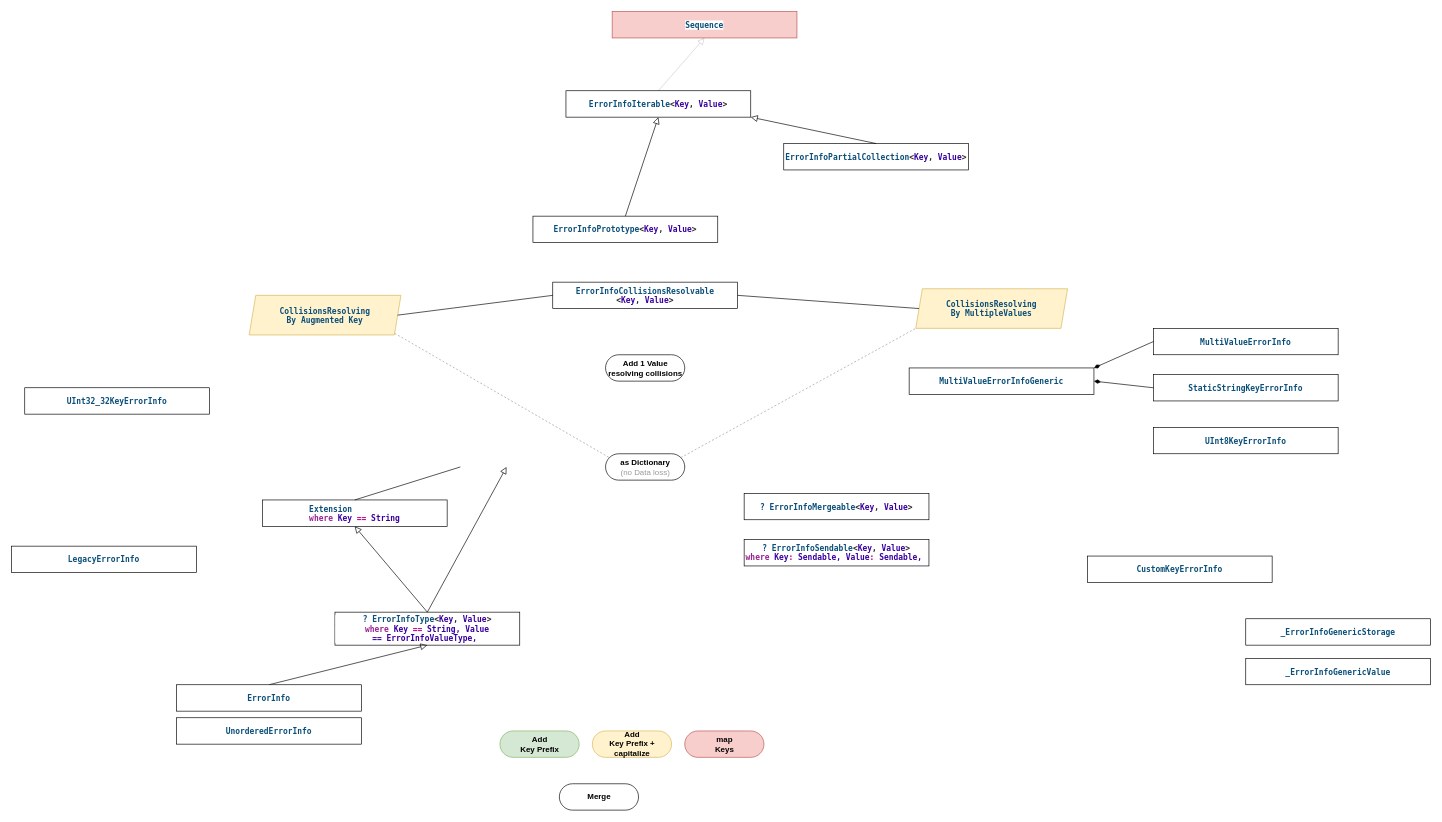
The draw.io diagram Sources/ErrorInfo/ErrorInfo.drawio in iDmitriyy/SwiftyKit, before the edit. Source tidied: cells renumbered, new cells numbered last; positions are measured from the earlier drawing's top-left corner, leaving out a move shared by most shapes. Both pictures are drawn from the tidied source at 66%, with x=0, y=0 at pixel (11, 11).
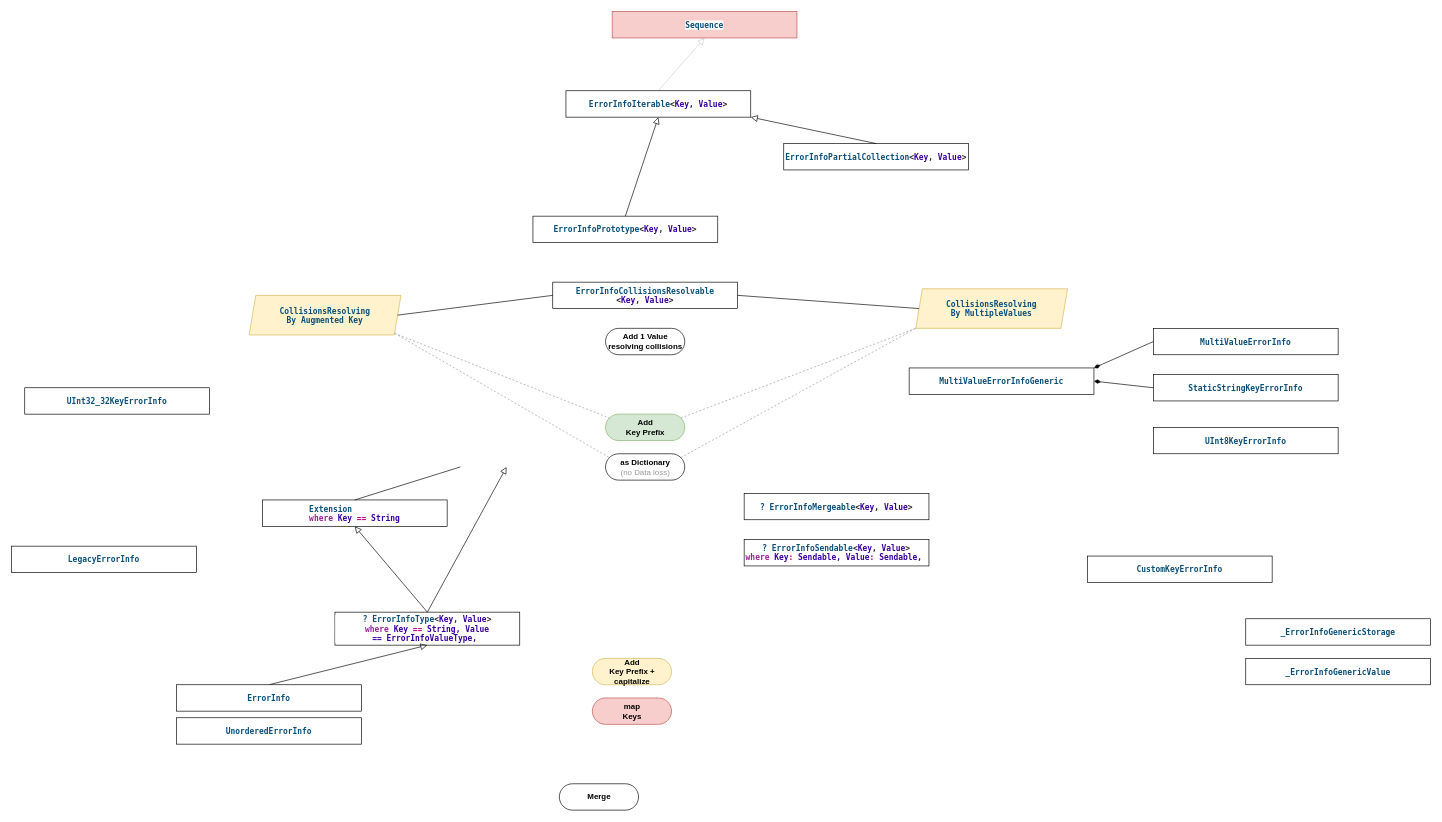
After the change.

Commit message (it also covers changes not shown here):
add key prefix

Unchanged cells that the change refers to:
```xml
<mxCell id="24" value="&lt;p style=&quot;font-variant-numeric: normal; font-variant-east-asian: normal; font-variant-alternates: normal; font-size-adjust: none; font-kerning: auto; font-optical-sizing: auto; font-feature-settings: normal; font-variation-settings: normal; font-variant-position: normal; font-variant-emoji: normal; font-weight: 700; font-stretch: normal; line-height: normal; font-family: Menlo; margin: 0px; color: rgb(11, 79, 121);&quot; class=&quot;p1&quot;&gt;&lt;span style=&quot;background-color: transparent;&quot;&gt;CollisionsResolving&lt;/span&gt;&lt;/p&gt;&lt;p style=&quot;font-variant-numeric: normal; font-variant-east-asian: normal; font-variant-alternates: normal; font-size-adjust: none; font-kerning: auto; font-optical-sizing: auto; font-feature-settings: normal; font-variation-settings: normal; font-variant-position: normal; font-variant-emoji: normal; font-weight: 700; font-stretch: normal; line-height: normal; font-family: Menlo; margin: 0px; color: rgb(11, 79, 121);&quot; class=&quot;p1&quot;&gt;By Augmented Key&lt;/p&gt;" style="shape=parallelogram;perimeter=parallelogramPerimeter;whiteSpace=wrap;html=1;fixedSize=1;size=10;strokeColor=#d6b656;fillColor=#fff2cc;labelBackgroundColor=none;" parent="1" vertex="1">
  <mxGeometry x="360" y="430" width="230" height="60" as="geometry" />
</mxCell>
<mxCell id="25" value="&lt;p style=&quot;font-variant-numeric: normal; font-variant-east-asian: normal; font-variant-alternates: normal; font-size-adjust: none; font-kerning: auto; font-optical-sizing: auto; font-feature-settings: normal; font-variation-settings: normal; font-variant-position: normal; font-variant-emoji: normal; font-weight: 700; font-stretch: normal; line-height: normal; font-family: Menlo; margin: 0px; color: rgb(11, 79, 121);&quot; class=&quot;p1&quot;&gt;&lt;span style=&quot;background-color: transparent;&quot;&gt;CollisionsResolving&lt;/span&gt;&lt;/p&gt;&lt;p style=&quot;font-variant-numeric: normal; font-variant-east-asian: normal; font-variant-alternates: normal; font-size-adjust: none; font-kerning: auto; font-optical-sizing: auto; font-feature-settings: normal; font-variation-settings: normal; font-variant-position: normal; font-variant-emoji: normal; font-weight: 700; font-stretch: normal; line-height: normal; font-family: Menlo; margin: 0px; color: rgb(11, 79, 121);&quot; class=&quot;p1&quot;&gt;&lt;span style=&quot;&quot;&gt;By MultipleValues&lt;/span&gt;&lt;/p&gt;" style="shape=parallelogram;perimeter=parallelogramPerimeter;whiteSpace=wrap;html=1;fixedSize=1;size=10;strokeColor=#d6b656;fillColor=#fff2cc;labelBackgroundColor=none;" parent="1" vertex="1">
  <mxGeometry x="1370" y="420" width="230" height="60" as="geometry" />
</mxCell>
```

The edit, as a diff of the source:
```diff
@@
-    <mxCell id="36" style="group;" parent="1" vertex="1">
-      <mxGeometry x="740" y="1090" width="400" height="40" as="geometry" />
-    </mxCell>
-    <mxCell id="37" value="&lt;b&gt;Add&lt;/b&gt;&lt;div&gt;&lt;b&gt;Key Prefix&lt;/b&gt;&lt;/div&gt;" style="html=1;dashed=0;whitespace=wrap;shape=mxgraph.dfd.start;strokeWidth=1;fillColor=#d5e8d4;strokeColor=#82b366;" parent="36" vertex="1">
-      <mxGeometry width="120" height="40" as="geometry" />
-    </mxCell>
-    <mxCell id="38" value="&lt;b&gt;Add&lt;/b&gt;&lt;div&gt;&lt;b&gt;Key Prefix +&lt;/b&gt;&lt;/div&gt;&lt;div&gt;&lt;b&gt;capitalize&lt;/b&gt;&lt;/div&gt;" style="html=1;dashed=0;whitespace=wrap;shape=mxgraph.dfd.start;strokeWidth=1;fillColor=#fff2cc;strokeColor=#d6b656;" parent="36" vertex="1">
-      <mxGeometry x="140" width="120" height="40" as="geometry" />
-    </mxCell>
-    <mxCell id="39" value="&lt;b&gt;map&lt;/b&gt;&lt;div&gt;&lt;b&gt;Keys&lt;/b&gt;&lt;/div&gt;" style="html=1;dashed=0;whitespace=wrap;shape=mxgraph.dfd.start;strokeWidth=1;fillColor=#f8cecc;strokeColor=#b85450;" parent="36" vertex="1">
-      <mxGeometry x="280" width="120" height="40" as="geometry" />
-    </mxCell>
@@
     <mxCell id="41" value="&lt;b&gt;Add 1 Value&lt;/b&gt;&lt;div&gt;&lt;b&gt;resolving collisions&lt;/b&gt;&lt;/div&gt;" style="html=1;dashed=0;whitespace=wrap;shape=mxgraph.dfd.start;strokeWidth=1;fillColor=default;" parent="1" vertex="1">
-      <mxGeometry x="900" y="520" width="120" height="40" as="geometry" />
+      <mxGeometry x="900" y="480" width="120" height="40" as="geometry" />
     </mxCell>
@@
+    <mxCell id="37" value="&lt;b&gt;Add&lt;/b&gt;&lt;div&gt;&lt;b&gt;Key Prefix&lt;/b&gt;&lt;/div&gt;" style="html=1;dashed=0;whitespace=wrap;shape=mxgraph.dfd.start;strokeWidth=1;fillColor=#d5e8d4;strokeColor=#82b366;" parent="1" vertex="1">
+      <mxGeometry x="900" y="610" width="120" height="40" as="geometry" />
+    </mxCell>
+    <mxCell id="38" value="&lt;b&gt;Add&lt;/b&gt;&lt;div&gt;&lt;b&gt;Key Prefix +&lt;/b&gt;&lt;/div&gt;&lt;div&gt;&lt;b&gt;capitalize&lt;/b&gt;&lt;/div&gt;" style="html=1;dashed=0;whitespace=wrap;shape=mxgraph.dfd.start;strokeWidth=1;fillColor=#fff2cc;strokeColor=#d6b656;" parent="1" vertex="1">
+      <mxGeometry x="880" y="980" width="120" height="40" as="geometry" />
+    </mxCell>
+    <mxCell id="39" value="&lt;b&gt;map&lt;/b&gt;&lt;div&gt;&lt;b&gt;Keys&lt;/b&gt;&lt;/div&gt;" style="html=1;dashed=0;whitespace=wrap;shape=mxgraph.dfd.start;strokeWidth=1;fillColor=#f8cecc;strokeColor=#b85450;" parent="1" vertex="1">
+      <mxGeometry x="880" y="1040" width="120" height="40" as="geometry" />
+    </mxCell>
+    <mxCell id="44" style="endArrow=none;html=1;rounded=0;entryX=0;entryY=1;entryDx=0;entryDy=0;exitX=0;exitY=0;exitDx=114.14;exitDy=5.860000000000001;dashed=1;strokeColor=#999999;exitPerimeter=0;" parent="1" edge="1" source="37" target="25">
+      <mxGeometry relative="1" as="geometry" />
+    </mxCell>
+    <mxCell id="45" style="endArrow=none;html=1;rounded=0;entryX=0;entryY=0;entryDx=5.859999999999999;entryDy=5.860000000000001;exitX=1;exitY=1;exitDx=0;exitDy=0;dashed=1;strokeColor=#999999;entryPerimeter=0;" parent="1" edge="1" source="24" target="37">
+      <mxGeometry relative="1" as="geometry" />
+    </mxCell>
```
